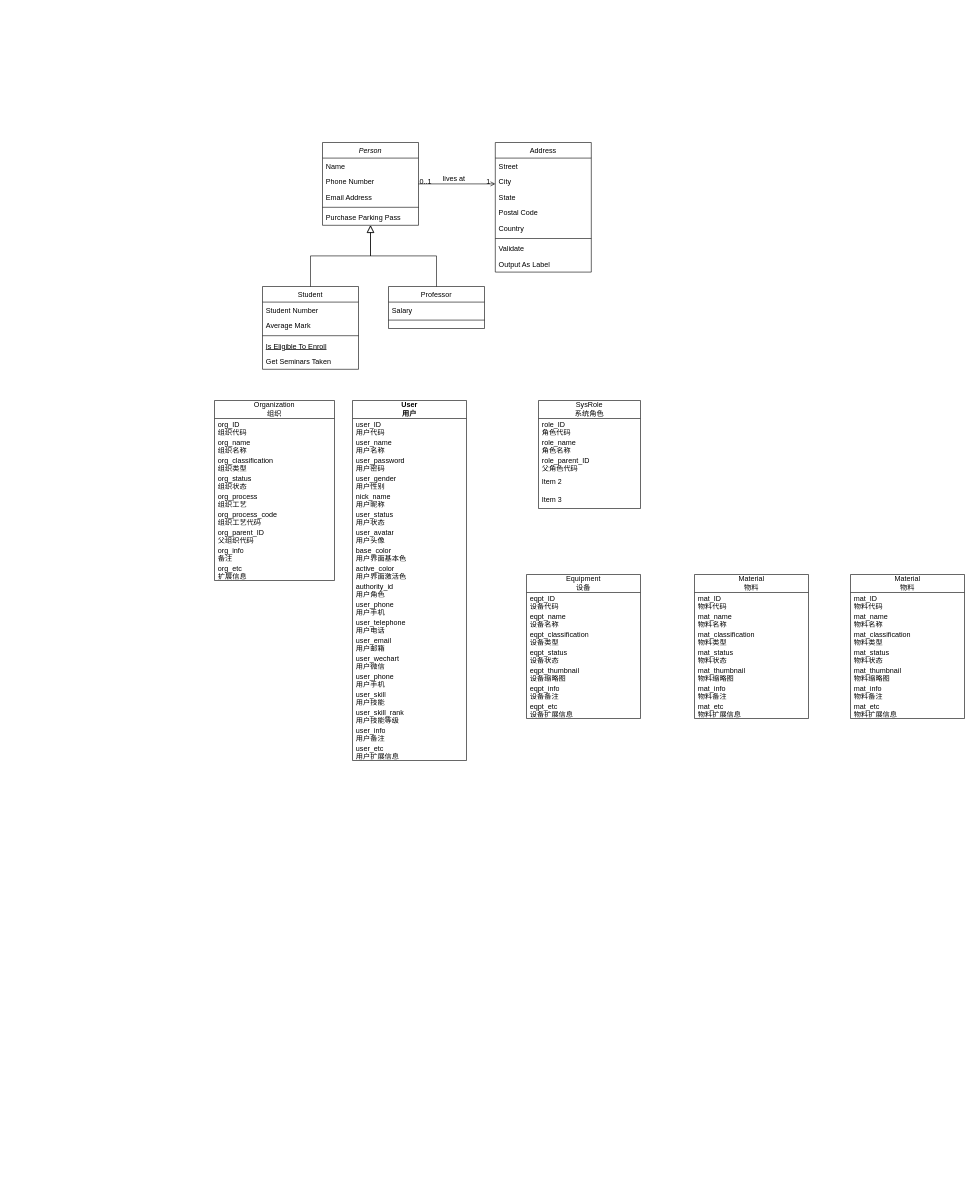
This is 未命名绘图.drawio from dofospider/gin-vue-admin-learn, a draw.io file, before an edit. Source tidied: cells renumbered, new cells numbered last; positions are measured from the earlier drawing's top-left corner, leaving out a move shared by most shapes. Both pictures are drawn from the tidied source at 60%, with x=0, y=0 at pixel (214, 142).
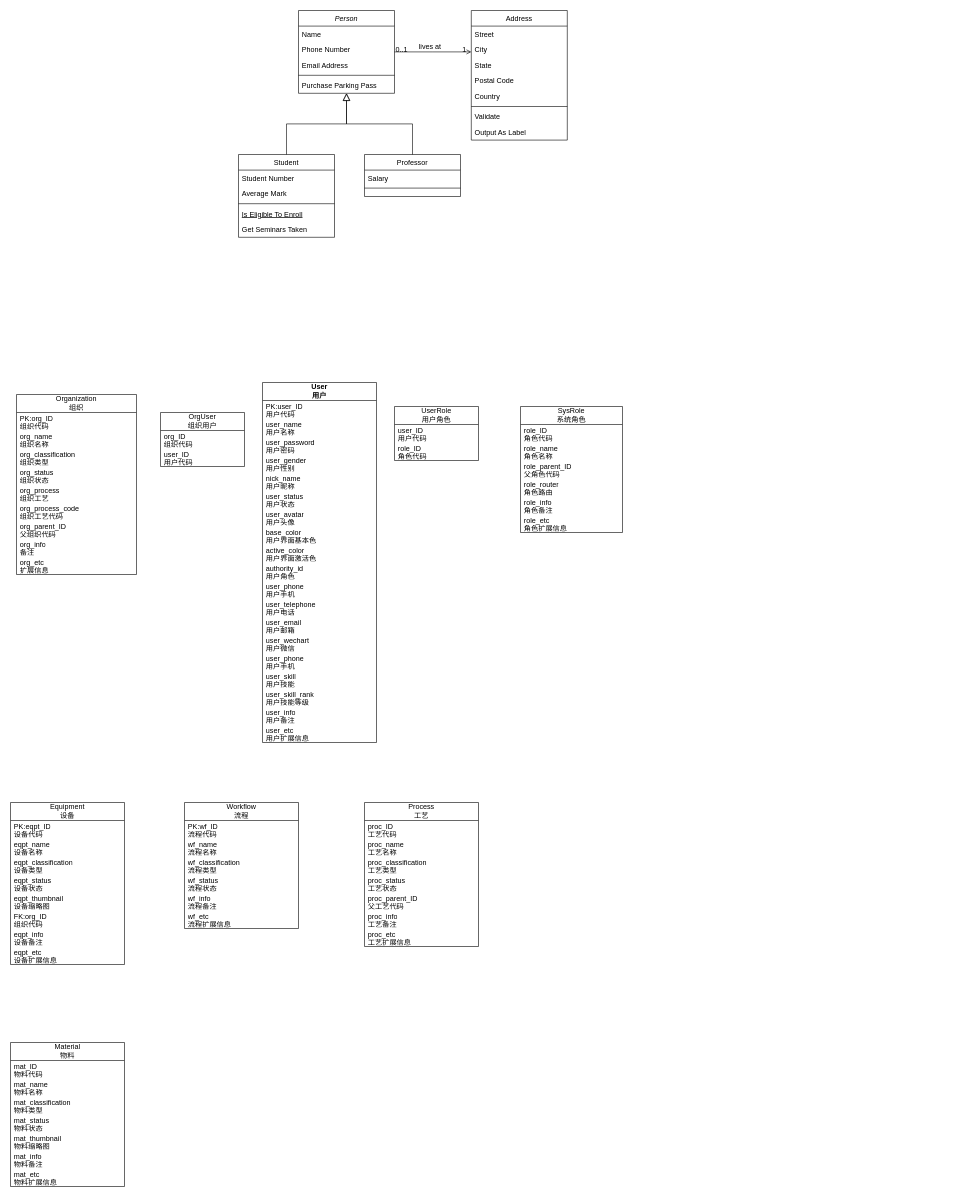
After the change.

Commit message:
更新未命名绘图.drawio

What changed in the source:
```diff
@@
     <mxCell id="2" value="Person" style="swimlane;fontStyle=2;align=center;verticalAlign=top;horizontal=1;startSize=26;rounded=0;shadow=0;strokeWidth=1;" parent="1" vertex="1">
-      <mxGeometry x="180" width="160" height="138" as="geometry" />
+      <mxGeometry x="140" y="-220" width="160" height="138" as="geometry" />
     </mxCell>
@@
     <mxCell id="8" value="Student" style="swimlane;fontStyle=0;align=center;verticalAlign=top;horizontal=1;startSize=26;rounded=0;shadow=0;strokeWidth=1;" parent="1" vertex="1">
-      <mxGeometry x="80" y="240" width="160" height="138" as="geometry" />
+      <mxGeometry x="40" y="20" width="160" height="138" as="geometry" />
     </mxCell>
@@
     <mxCell id="15" value="Professor" style="swimlane;fontStyle=0;align=center;verticalAlign=top;horizontal=1;startSize=26;rounded=0;shadow=0;strokeWidth=1;" parent="1" vertex="1">
-      <mxGeometry x="290" y="240" width="160" height="70" as="geometry" />
+      <mxGeometry x="250" y="20" width="160" height="70" as="geometry" />
     </mxCell>
@@
     <mxCell id="19" value="Address" style="swimlane;fontStyle=0;align=center;verticalAlign=top;horizontal=1;startSize=26;rounded=0;shadow=0;strokeWidth=1;" parent="1" vertex="1">
-      <mxGeometry x="468" width="160" height="216" as="geometry" />
+      <mxGeometry x="428" y="-220" width="160" height="216" as="geometry" />
     </mxCell>
@@
     <mxCell id="32" value="Organization&lt;br&gt;组织" style="swimlane;fontStyle=0;horizontal=1;startSize=30;whiteSpace=wrap;html=1;" parent="1" vertex="1">
-      <mxGeometry y="430" width="200" height="300" as="geometry" />
+      <mxGeometry x="-330" y="420" width="200" height="300" as="geometry" />
     </mxCell>
-    <mxCell id="33" value="org_ID&lt;br&gt;组织代码" style="text;strokeColor=none;fillColor=none;align=left;verticalAlign=middle;spacingLeft=4;spacingRight=4;overflow=hidden;whiteSpace=wrap;html=1;" parent="32" vertex="1">
+    <mxCell id="33" value="PK:org_ID&lt;br&gt;组织代码" style="text;strokeColor=none;fillColor=none;align=left;verticalAlign=middle;spacingLeft=4;spacingRight=4;overflow=hidden;whiteSpace=wrap;html=1;" parent="32" vertex="1">
       <mxGeometry y="30" width="200" height="30" as="geometry" />
     </mxCell>
@@
     <mxCell id="42" value="User&lt;br&gt;用户" style="swimlane;fontStyle=1;horizontal=1;startSize=30;whiteSpace=wrap;html=1;" parent="1" vertex="1">
-      <mxGeometry x="230" y="430" width="190" height="600" as="geometry" />
+      <mxGeometry x="80" y="400" width="190" height="600" as="geometry" />
     </mxCell>
-    <mxCell id="43" value="user_ID&lt;br&gt;用户代码" style="text;strokeColor=none;fillColor=none;align=left;verticalAlign=middle;spacingLeft=4;spacingRight=4;overflow=hidden;whiteSpace=wrap;html=1;" parent="42" vertex="1">
+    <mxCell id="43" value="PK:user_ID&lt;br&gt;用户代码" style="text;strokeColor=none;fillColor=none;align=left;verticalAlign=middle;spacingLeft=4;spacingRight=4;overflow=hidden;whiteSpace=wrap;html=1;" parent="42" vertex="1">
       <mxGeometry y="30" width="190" height="30" as="geometry" />
     </mxCell>
@@
     <mxCell id="62" value="Equipment&lt;br&gt;设备" style="swimlane;fontStyle=0;horizontal=1;startSize=30;whiteSpace=wrap;html=1;" parent="1" vertex="1">
-      <mxGeometry x="520" y="720" width="190" height="240" as="geometry" />
+      <mxGeometry x="-340" y="1100" width="190" height="270" as="geometry" />
     </mxCell>
-    <mxCell id="63" value="eqpt_ID&lt;br&gt;设备代码" style="text;strokeColor=none;fillColor=none;align=left;verticalAlign=middle;spacingLeft=4;spacingRight=4;overflow=hidden;whiteSpace=wrap;html=1;" parent="62" vertex="1">
+    <mxCell id="63" value="PK:eqpt_ID&lt;br&gt;设备代码" style="text;strokeColor=none;fillColor=none;align=left;verticalAlign=middle;spacingLeft=4;spacingRight=4;overflow=hidden;whiteSpace=wrap;html=1;" parent="62" vertex="1">
       <mxGeometry y="30" width="190" height="30" as="geometry" />
     </mxCell>
@@
+    <mxCell id="92" value="FK:org_ID&lt;br&gt;组织代码" style="text;strokeColor=none;fillColor=none;align=left;verticalAlign=middle;spacingLeft=4;spacingRight=4;overflow=hidden;whiteSpace=wrap;html=1;" parent="62" vertex="1">
+      <mxGeometry y="180" width="190" height="30" as="geometry" />
+    </mxCell>
     <mxCell id="68" value="eqpt_info&lt;br&gt;设备备注" style="text;strokeColor=none;fillColor=none;align=left;verticalAlign=middle;spacingLeft=4;spacingRight=4;overflow=hidden;whiteSpace=wrap;html=1;" parent="62" vertex="1">
-      <mxGeometry y="180" width="190" height="30" as="geometry" />
+      <mxGeometry y="210" width="190" height="30" as="geometry" />
     </mxCell>
     <mxCell id="69" value="eqpt_etc&lt;br&gt;设备扩展信息" style="text;strokeColor=none;fillColor=none;align=left;verticalAlign=middle;spacingLeft=4;spacingRight=4;overflow=hidden;whiteSpace=wrap;html=1;" parent="62" vertex="1">
-      <mxGeometry y="210" width="190" height="30" as="geometry" />
+      <mxGeometry y="240" width="190" height="30" as="geometry" />
     </mxCell>
     <mxCell id="70" value="SysRole&lt;br&gt;系统角色" style="swimlane;fontStyle=0;horizontal=1;startSize=30;whiteSpace=wrap;html=1;" parent="1" vertex="1">
-      <mxGeometry x="540" y="430" width="170" height="180" as="geometry" />
+      <mxGeometry x="510" y="440" width="170" height="210" as="geometry" />
     </mxCell>
@@
-    <mxCell id="74" value="Item 2" style="text;strokeColor=none;fillColor=none;align=left;verticalAlign=middle;spacingLeft=4;spacingRight=4;overflow=hidden;whiteSpace=wrap;html=1;" parent="70" vertex="1">
+    <mxCell id="74" value="role_router&lt;br&gt;角色路由" style="text;strokeColor=none;fillColor=none;align=left;verticalAlign=middle;spacingLeft=4;spacingRight=4;overflow=hidden;whiteSpace=wrap;html=1;" parent="70" vertex="1">
       <mxGeometry y="120" width="170" height="30" as="geometry" />
     </mxCell>
-    <mxCell id="75" value="Item 3" style="text;strokeColor=none;fillColor=none;align=left;verticalAlign=middle;spacingLeft=4;spacingRight=4;overflow=hidden;whiteSpace=wrap;html=1;" parent="70" vertex="1">
-      <mxGeometry y="150" width="170" height="30" as="geometry" />
-    </mxCell>
+    <mxCell id="93" value="role_info&lt;br&gt;角色备注" style="text;strokeColor=none;fillColor=none;align=left;verticalAlign=middle;spacingLeft=4;spacingRight=4;overflow=hidden;whiteSpace=wrap;html=1;" parent="70" vertex="1">
+      <mxGeometry y="150" width="170" height="30" as="geometry" />
+    </mxCell>
+    <mxCell id="94" value="role_etc&lt;br&gt;角色扩展信息" style="text;strokeColor=none;fillColor=none;align=left;verticalAlign=middle;spacingLeft=4;spacingRight=4;overflow=hidden;whiteSpace=wrap;html=1;" parent="70" vertex="1">
+      <mxGeometry y="180" width="170" height="30" as="geometry" />
+    </mxCell>
     <mxCell id="76" value="Material&lt;br&gt;物料" style="swimlane;fontStyle=0;horizontal=1;startSize=30;whiteSpace=wrap;html=1;" parent="1" vertex="1">
-      <mxGeometry x="800" y="720" width="190" height="240" as="geometry" />
+      <mxGeometry x="-340" y="1500" width="190" height="240" as="geometry" />
     </mxCell>
@@
-    <mxCell id="84" value="Material&lt;br&gt;物料" style="swimlane;fontStyle=0;horizontal=1;startSize=30;whiteSpace=wrap;html=1;" parent="1" vertex="1">
-      <mxGeometry x="1060" y="720" width="190" height="240" as="geometry" />
+    <mxCell id="84" value="Workflow&lt;br&gt;流程" style="swimlane;fontStyle=0;horizontal=1;startSize=30;whiteSpace=wrap;html=1;" parent="1" vertex="1">
+      <mxGeometry x="-50" y="1100" width="190" height="210" as="geometry" />
     </mxCell>
-    <mxCell id="85" value="mat_ID&lt;br&gt;物料代码" style="text;strokeColor=none;fillColor=none;align=left;verticalAlign=middle;spacingLeft=4;spacingRight=4;overflow=hidden;whiteSpace=wrap;html=1;" parent="84" vertex="1">
+    <mxCell id="85" value="PK:wf_ID&lt;br&gt;流程代码" style="text;strokeColor=none;fillColor=none;align=left;verticalAlign=middle;spacingLeft=4;spacingRight=4;overflow=hidden;whiteSpace=wrap;html=1;" parent="84" vertex="1">
       <mxGeometry y="30" width="190" height="30" as="geometry" />
     </mxCell>
-    <mxCell id="86" value="mat_name&lt;br&gt;物料名称" style="text;strokeColor=none;fillColor=none;align=left;verticalAlign=middle;spacingLeft=4;spacingRight=4;overflow=hidden;whiteSpace=wrap;html=1;" parent="84" vertex="1">
+    <mxCell id="86" value="wf_name&lt;br&gt;流程名称" style="text;strokeColor=none;fillColor=none;align=left;verticalAlign=middle;spacingLeft=4;spacingRight=4;overflow=hidden;whiteSpace=wrap;html=1;" parent="84" vertex="1">
       <mxGeometry y="60" width="190" height="30" as="geometry" />
     </mxCell>
-    <mxCell id="87" value="mat_classification&lt;br&gt;物料类型" style="text;strokeColor=none;fillColor=none;align=left;verticalAlign=middle;spacingLeft=4;spacingRight=4;overflow=hidden;whiteSpace=wrap;html=1;" parent="84" vertex="1">
+    <mxCell id="87" value="wf_classification&lt;br&gt;流程类型" style="text;strokeColor=none;fillColor=none;align=left;verticalAlign=middle;spacingLeft=4;spacingRight=4;overflow=hidden;whiteSpace=wrap;html=1;" parent="84" vertex="1">
       <mxGeometry y="90" width="190" height="30" as="geometry" />
     </mxCell>
-    <mxCell id="88" value="mat_status&lt;br&gt;物料状态" style="text;strokeColor=none;fillColor=none;align=left;verticalAlign=middle;spacingLeft=4;spacingRight=4;overflow=hidden;whiteSpace=wrap;html=1;" parent="84" vertex="1">
+    <mxCell id="88" value="wf_status&lt;br&gt;流程状态" style="text;strokeColor=none;fillColor=none;align=left;verticalAlign=middle;spacingLeft=4;spacingRight=4;overflow=hidden;whiteSpace=wrap;html=1;" parent="84" vertex="1">
       <mxGeometry y="120" width="190" height="30" as="geometry" />
     </mxCell>
-    <mxCell id="89" value="mat_thumbnail&lt;br&gt;物料缩略图" style="text;strokeColor=none;fillColor=none;align=left;verticalAlign=middle;spacingLeft=4;spacingRight=4;overflow=hidden;whiteSpace=wrap;html=1;" parent="84" vertex="1">
-      <mxGeometry y="150" width="190" height="30" as="geometry" />
-    </mxCell>
-    <mxCell id="90" value="mat_info&lt;br&gt;物料备注" style="text;strokeColor=none;fillColor=none;align=left;verticalAlign=middle;spacingLeft=4;spacingRight=4;overflow=hidden;whiteSpace=wrap;html=1;" parent="84" vertex="1">
-      <mxGeometry y="180" width="190" height="30" as="geometry" />
+    <mxCell id="90" value="wf_info&lt;br&gt;流程备注" style="text;strokeColor=none;fillColor=none;align=left;verticalAlign=middle;spacingLeft=4;spacingRight=4;overflow=hidden;whiteSpace=wrap;html=1;" parent="84" vertex="1">
+      <mxGeometry y="150" width="190" height="30" as="geometry" />
     </mxCell>
-    <mxCell id="91" value="mat_etc&lt;br&gt;物料扩展信息" style="text;strokeColor=none;fillColor=none;align=left;verticalAlign=middle;spacingLeft=4;spacingRight=4;overflow=hidden;whiteSpace=wrap;html=1;" parent="84" vertex="1">
-      <mxGeometry y="210" width="190" height="30" as="geometry" />
+    <mxCell id="91" value="wf_etc&lt;br&gt;流程扩展信息" style="text;strokeColor=none;fillColor=none;align=left;verticalAlign=middle;spacingLeft=4;spacingRight=4;overflow=hidden;whiteSpace=wrap;html=1;" parent="84" vertex="1">
+      <mxGeometry y="180" width="190" height="30" as="geometry" />
     </mxCell>
+    <mxCell id="95" value="Process&lt;br&gt;工艺" style="swimlane;fontStyle=0;horizontal=1;startSize=30;whiteSpace=wrap;html=1;" parent="1" vertex="1">
+      <mxGeometry x="250" y="1100" width="190" height="240" as="geometry" />
+    </mxCell>
+    <mxCell id="96" value="proc_ID&lt;br&gt;工艺代码" style="text;strokeColor=none;fillColor=none;align=left;verticalAlign=middle;spacingLeft=4;spacingRight=4;overflow=hidden;whiteSpace=wrap;html=1;" parent="95" vertex="1">
+      <mxGeometry y="30" width="190" height="30" as="geometry" />
+    </mxCell>
+    <mxCell id="97" value="proc_name&lt;br&gt;工艺名称" style="text;strokeColor=none;fillColor=none;align=left;verticalAlign=middle;spacingLeft=4;spacingRight=4;overflow=hidden;whiteSpace=wrap;html=1;" parent="95" vertex="1">
+      <mxGeometry y="60" width="190" height="30" as="geometry" />
+    </mxCell>
+    <mxCell id="98" value="proc_classification&lt;br&gt;工艺类型" style="text;strokeColor=none;fillColor=none;align=left;verticalAlign=middle;spacingLeft=4;spacingRight=4;overflow=hidden;whiteSpace=wrap;html=1;" parent="95" vertex="1">
+      <mxGeometry y="90" width="190" height="30" as="geometry" />
+    </mxCell>
+    <mxCell id="99" value="proc_status&lt;br&gt;工艺状态" style="text;strokeColor=none;fillColor=none;align=left;verticalAlign=middle;spacingLeft=4;spacingRight=4;overflow=hidden;whiteSpace=wrap;html=1;" parent="95" vertex="1">
+      <mxGeometry y="120" width="190" height="30" as="geometry" />
+    </mxCell>
+    <mxCell id="100" value="proc_parent_ID&lt;br&gt;父工艺代码" style="text;strokeColor=none;fillColor=none;align=left;verticalAlign=middle;spacingLeft=4;spacingRight=4;overflow=hidden;whiteSpace=wrap;html=1;" parent="95" vertex="1">
+      <mxGeometry y="150" width="190" height="30" as="geometry" />
+    </mxCell>
+    <mxCell id="101" value="proc_info&lt;br&gt;工艺备注" style="text;strokeColor=none;fillColor=none;align=left;verticalAlign=middle;spacingLeft=4;spacingRight=4;overflow=hidden;whiteSpace=wrap;html=1;" parent="95" vertex="1">
+      <mxGeometry y="180" width="190" height="30" as="geometry" />
+    </mxCell>
+    <mxCell id="102" value="proc_etc&lt;br&gt;工艺扩展信息" style="text;strokeColor=none;fillColor=none;align=left;verticalAlign=middle;spacingLeft=4;spacingRight=4;overflow=hidden;whiteSpace=wrap;html=1;" parent="95" vertex="1">
+      <mxGeometry y="210" width="190" height="30" as="geometry" />
+    </mxCell>
+    <mxCell id="103" value="UserRole&lt;br&gt;用户角色" style="swimlane;fontStyle=0;horizontal=1;startSize=30;whiteSpace=wrap;html=1;" parent="1" vertex="1">
+      <mxGeometry x="300" y="440" width="140" height="90" as="geometry" />
+    </mxCell>
+    <mxCell id="104" value="user_ID&lt;br&gt;用户代码" style="text;strokeColor=none;fillColor=none;align=left;verticalAlign=middle;spacingLeft=4;spacingRight=4;overflow=hidden;whiteSpace=wrap;html=1;" parent="103" vertex="1">
+      <mxGeometry y="30" width="140" height="30" as="geometry" />
+    </mxCell>
+    <mxCell id="105" value="role_ID&lt;br&gt;角色代码" style="text;strokeColor=none;fillColor=none;align=left;verticalAlign=middle;spacingLeft=4;spacingRight=4;overflow=hidden;whiteSpace=wrap;html=1;" parent="103" vertex="1">
+      <mxGeometry y="60" width="140" height="30" as="geometry" />
+    </mxCell>
+    <mxCell id="106" value="OrgUser&lt;br&gt;组织用户" style="swimlane;fontStyle=0;horizontal=1;startSize=30;whiteSpace=wrap;html=1;" parent="1" vertex="1">
+      <mxGeometry x="-90" y="450" width="140" height="90" as="geometry" />
+    </mxCell>
+    <mxCell id="107" value="org_ID&lt;br&gt;组织代码" style="text;strokeColor=none;fillColor=none;align=left;verticalAlign=middle;spacingLeft=4;spacingRight=4;overflow=hidden;whiteSpace=wrap;html=1;" parent="106" vertex="1">
+      <mxGeometry y="30" width="140" height="30" as="geometry" />
+    </mxCell>
+    <mxCell id="108" value="user_ID&lt;br&gt;用户代码" style="text;strokeColor=none;fillColor=none;align=left;verticalAlign=middle;spacingLeft=4;spacingRight=4;overflow=hidden;whiteSpace=wrap;html=1;" parent="106" vertex="1">
+      <mxGeometry y="60" width="140" height="30" as="geometry" />
+    </mxCell>
```
